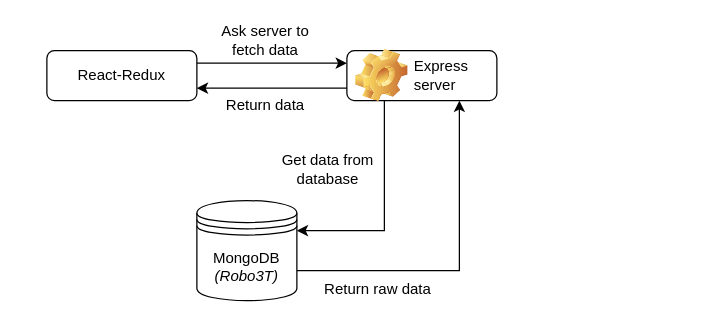
This is koeskoes/2.Sprint1/Documentatie/Software Guidebook/assets/data/datamodel.drawio from HANICA-DWA/sep2021-project-koeskoes, a draw.io file, before an edit. Source tidied: cells renumbered, new cells numbered last; positions are measured from the earlier drawing's top-left corner, leaving out a move shared by most shapes. Both pictures are drawn from the tidied source at 125%, with x=0, y=0 at pixel (46, 21).
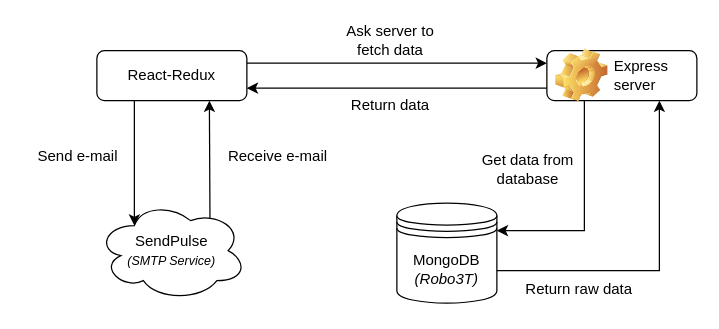
The same diagram, later.

Commit message (it also covers changes not shown here):
Data.png update + klein beetje software_architecture beschreven

Change to the diagram source:
```diff
@@
     <mxCell id="2" value="MongoDB&lt;br&gt;&lt;i&gt;(Robo3T)&lt;/i&gt;" style="shape=datastore;whiteSpace=wrap;html=1;" parent="1" vertex="1">
-      <mxGeometry x="120" y="143" width="80" height="80" as="geometry" />
+      <mxGeometry x="280" y="145" width="80" height="80" as="geometry" />
     </mxCell>
     <mxCell id="3" value="&lt;span style=&quot;font-weight: normal&quot;&gt;Express server&lt;/span&gt;" style="label;whiteSpace=wrap;html=1;image=img/clipart/Gear_128x128.png;fillColor=default;" parent="1" vertex="1">
-      <mxGeometry x="240" y="23" width="120" height="40" as="geometry" />
+      <mxGeometry x="400" y="23" width="120" height="40" as="geometry" />
     </mxCell>
     <mxCell id="4" value="React-Redux" style="rounded=1;whiteSpace=wrap;html=1;" parent="1" vertex="1">
-      <mxGeometry y="23" width="120" height="40" as="geometry" />
+      <mxGeometry x="40" y="23" width="120" height="40" as="geometry" />
     </mxCell>
     <mxCell id="5" value="Get data from database" style="text;html=1;strokeColor=none;fillColor=none;align=center;verticalAlign=middle;whiteSpace=wrap;rounded=0;" parent="1" vertex="1">
-      <mxGeometry x="180" y="103" width="90" height="30" as="geometry" />
+      <mxGeometry x="340" y="103" width="90" height="30" as="geometry" />
     </mxCell>
     <mxCell id="6" value="Ask server to fetch data" style="text;html=1;strokeColor=none;fillColor=none;align=center;verticalAlign=middle;whiteSpace=wrap;rounded=0;" parent="1" vertex="1">
-      <mxGeometry x="130" width="90" height="30" as="geometry" />
+      <mxGeometry x="230" width="90" height="30" as="geometry" />
     </mxCell>
@@
     <mxCell id="9" value="Return data" style="text;html=1;strokeColor=none;fillColor=none;align=center;verticalAlign=middle;whiteSpace=wrap;rounded=0;" parent="1" vertex="1">
-      <mxGeometry x="130" y="52" width="90" height="30" as="geometry" />
+      <mxGeometry x="230" y="52" width="90" height="30" as="geometry" />
     </mxCell>
-    <mxCell id="10" style="endArrow=classic;html=1;rounded=0;entryX=1;entryY=0.3;entryDx=0;entryDy=0;exitX=0.25;exitY=1;exitDx=0;exitDy=0;" parent="1" edge="1" source="3" target="2">
+    <mxCell id="10" style="endArrow=classic;html=1;rounded=0;entryX=1;entryY=0.3;entryDx=0;entryDy=0;exitX=0.25;exitY=1;exitDx=0;exitDy=0;" parent="1" edge="1" source="3">
       <mxGeometry relative="1" as="geometry">
+        <mxPoint x="360" y="167" as="targetPoint" />
         <Array as="points">
-          <mxPoint x="270" y="167" />
+          <mxPoint x="430" y="167" />
         </Array>
       </mxGeometry>
     </mxCell>
-    <mxCell id="11" style="endArrow=classic;html=1;rounded=0;exitX=1;exitY=0.7;exitDx=0;exitDy=0;entryX=0.75;entryY=1;entryDx=0;entryDy=0;" parent="1" edge="1" source="2" target="3">
+    <mxCell id="11" style="endArrow=classic;html=1;rounded=0;exitX=1;exitY=0.7;exitDx=0;exitDy=0;entryX=0.75;entryY=1;entryDx=0;entryDy=0;" parent="1" edge="1" target="3">
       <mxGeometry relative="1" as="geometry">
+        <mxPoint x="360" y="199" as="sourcePoint" />
         <Array as="points">
-          <mxPoint x="330" y="199" />
+          <mxPoint x="490" y="199" />
         </Array>
       </mxGeometry>
     </mxCell>
     <mxCell id="12" value="Return raw data" style="text;html=1;strokeColor=none;fillColor=none;align=center;verticalAlign=middle;whiteSpace=wrap;rounded=0;" parent="1" vertex="1">
-      <mxGeometry x="220" y="199" width="90" height="30" as="geometry" />
+      <mxGeometry x="381" y="199" width="90" height="30" as="geometry" />
     </mxCell>
+    <mxCell id="13" value="SendPulse&lt;br&gt;&lt;font style=&quot;font-size: 10px&quot;&gt;&lt;i&gt;(SMTP Service)&lt;/i&gt;&lt;/font&gt;" style="shape=cloud;whiteSpace=wrap;html=1;fillColor=default;" parent="1" vertex="1">
+      <mxGeometry x="40" y="143" width="120" height="80" as="geometry" />
+    </mxCell>
+    <mxCell id="14" style="endArrow=classic;html=1;rounded=0;fontSize=10;exitX=0.25;exitY=1;exitDx=0;exitDy=0;entryX=0.25;entryY=0.25;entryDx=0;entryDy=0;entryPerimeter=0;" parent="1" edge="1" source="4" target="13">
+      <mxGeometry relative="1" as="geometry" />
+    </mxCell>
+    <mxCell id="15" style="endArrow=classic;html=1;rounded=0;fontSize=10;exitX=0.754;exitY=0.184;exitDx=0;exitDy=0;exitPerimeter=0;entryX=0.75;entryY=1;entryDx=0;entryDy=0;" parent="1" edge="1" source="13" target="4">
+      <mxGeometry relative="1" as="geometry" />
+    </mxCell>
+    <mxCell id="16" value="Send e-mail" style="text;html=1;strokeColor=none;fillColor=none;align=center;verticalAlign=middle;whiteSpace=wrap;rounded=0;" parent="1" vertex="1">
+      <mxGeometry x="-20" y="93" width="90" height="30" as="geometry" />
+    </mxCell>
+    <mxCell id="17" value="Receive e-mail" style="text;html=1;strokeColor=none;fillColor=none;align=center;verticalAlign=middle;whiteSpace=wrap;rounded=0;" parent="1" vertex="1">
+      <mxGeometry x="140" y="93" width="90" height="30" as="geometry" />
+    </mxCell>
```
